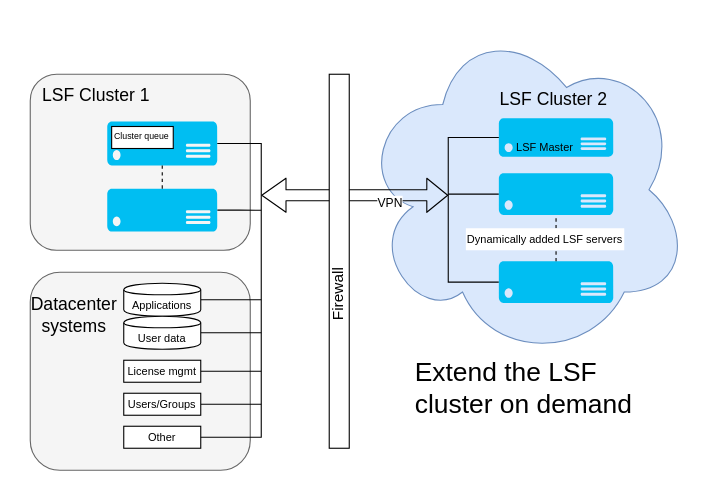
The draw.io diagram diagrams/hpc-eda-arch.drawio in ibm-cloud-docs/solution-tutorials, before the edit. Source tidied: cells renumbered, new cells numbered last; positions are measured from the earlier drawing's top-left corner, leaving out a move shared by most shapes. Both pictures are drawn from the tidied source at 110%, with x=0, y=0 at pixel (19, 19).
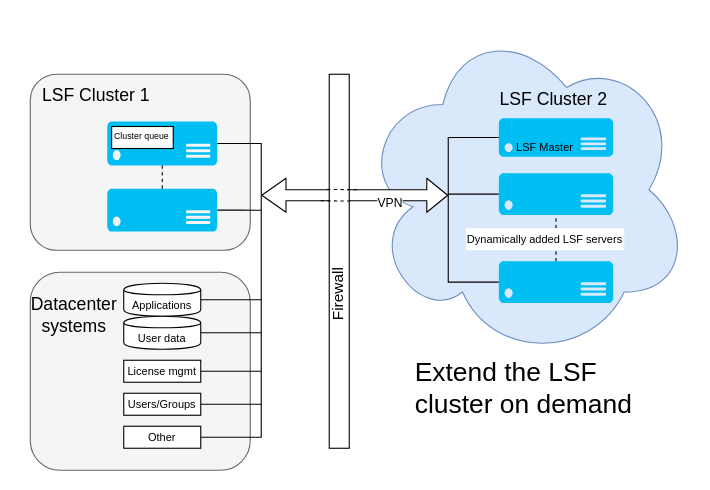
After the change.

The change refers to these unchanged cells:
```xml
<mxCell id="12" style="group;" parent="1" vertex="1">
  <mxGeometry x="280" y="80" width="20" height="310" as="geometry" />
</mxCell>
```

Diff of the diagram source:
```diff
@@
-    <mxCell id="13" style="shape=flexArrow;endArrow=classic;startArrow=classic;html=1;strokeColor=#000000;startSize=7;strokeWidth=1;width=10;" parent="12" edge="1">
+    <mxCell id="13" style="shape=flexArrow;endArrow=classic;startArrow=classic;html=1;strokeColor=#000000;startSize=7;strokeWidth=1;width=10;fillColor=#ffffff;" parent="12" edge="1">
       <mxGeometry relative="1" as="geometry">
         <mxPoint x="-60" y="80" as="sourcePoint" />
         <mxPoint x="110" y="80" as="targetPoint" />
       </mxGeometry>
     </mxCell>
@@
+    <mxCell id="39" style="endArrow=none;dashed=1;html=1;exitX=0.01;exitY=0.311;exitDx=0;exitDy=0;exitPerimeter=0;" parent="12" edge="1">
+      <mxGeometry relative="1" as="geometry">
+        <mxPoint y="74.7" as="sourcePoint" />
+        <mxPoint x="28" y="75" as="targetPoint" />
+      </mxGeometry>
+    </mxCell>
+    <mxCell id="40" style="endArrow=none;dashed=1;html=1;exitX=0.01;exitY=0.311;exitDx=0;exitDy=0;exitPerimeter=0;" parent="12" edge="1">
+      <mxGeometry relative="1" as="geometry">
+        <mxPoint x="-6" y="85" as="sourcePoint" />
+        <mxPoint x="22" y="85.3" as="targetPoint" />
+      </mxGeometry>
+    </mxCell>
```
